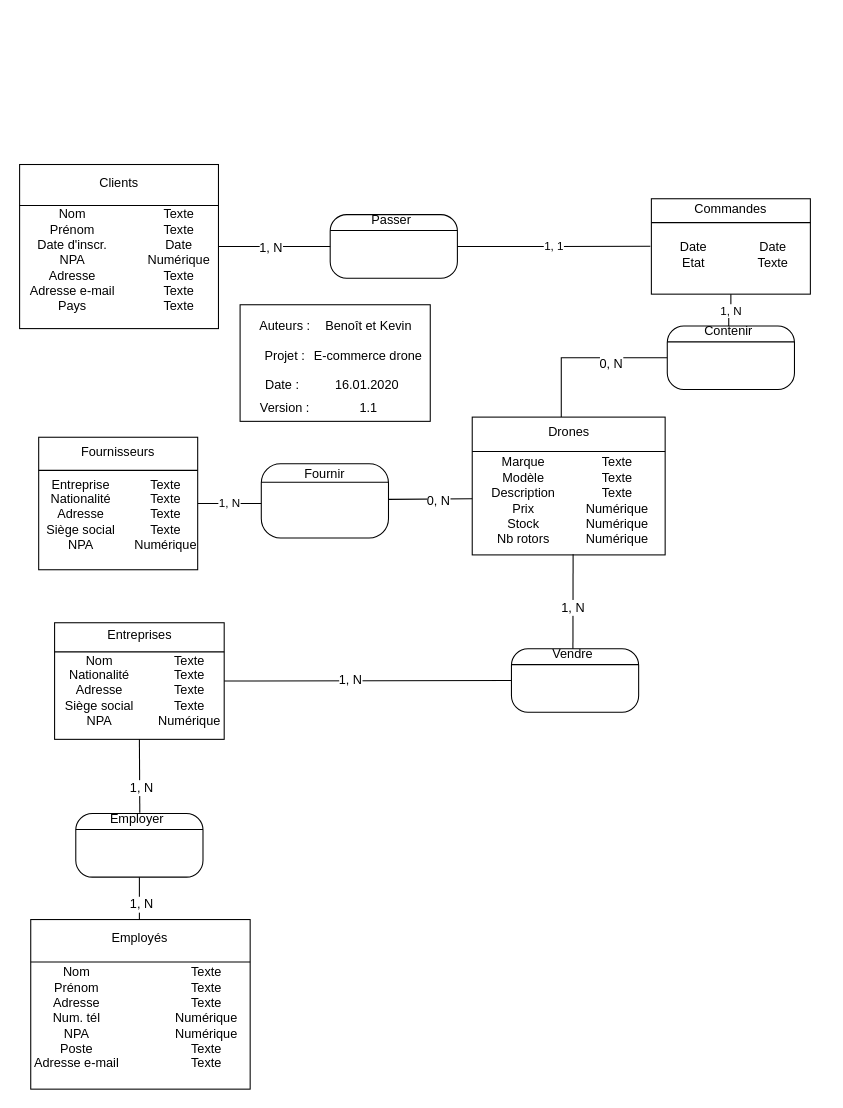
The draw.io diagram DRNRCE/MCD_Drone.drawio in BPTdev/MA-08_Drone, before the edit. Source tidied: cells renumbered, new cells numbered last; positions are measured from the earlier drawing's top-left corner, leaving out a move shared by most shapes. Both pictures are drawn from the tidied source at 106%, with x=0, y=0 at pixel (18, 18).
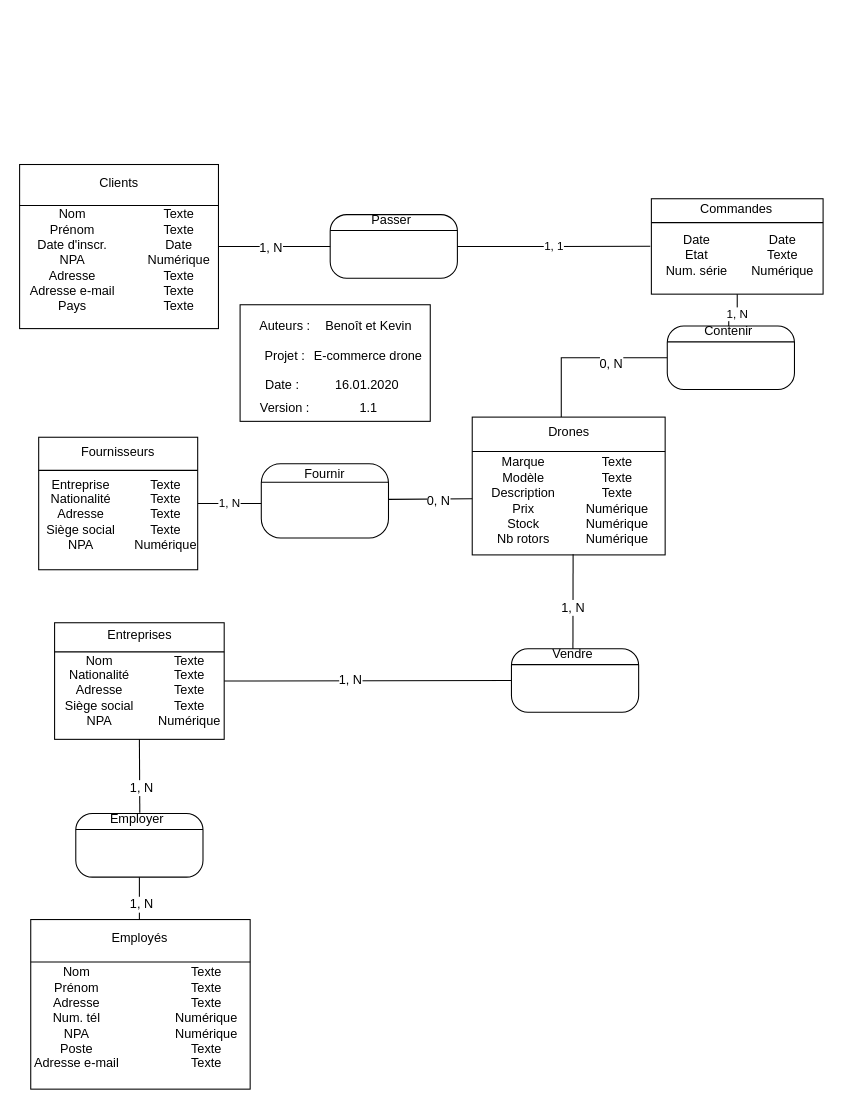
Above is the later version.

Change to the diagram source:
```diff
@@
     <mxCell id="42" style="group;" parent="1" vertex="1">
-      <mxGeometry x="597" y="170" width="150" height="90" as="geometry" />
+      <mxGeometry x="597" y="170" width="162" height="90" as="geometry" />
     </mxCell>
     <mxCell id="43" style="group;" parent="42" vertex="1">
-      <mxGeometry width="150" height="90" as="geometry" />
+      <mxGeometry width="162" height="90" as="geometry" />
     </mxCell>
     <mxCell id="44" style="group;" parent="43" vertex="1">
-      <mxGeometry width="150" height="90" as="geometry" />
+      <mxGeometry width="162" height="90" as="geometry" />
     </mxCell>
     <mxCell id="45" style="rounded=0;whiteSpace=wrap;html=1;" parent="44" vertex="1">
-      <mxGeometry width="150" height="90" as="geometry" />
+      <mxGeometry width="162" height="90" as="geometry" />
     </mxCell>
     <mxCell id="46" style="group;" parent="44" vertex="1">
-      <mxGeometry width="140" height="85" as="geometry" />
+      <mxGeometry width="151.2" height="85" as="geometry" />
     </mxCell>
@@
     <mxCell id="48" value="Commandes" style="text;html=1;strokeColor=none;fillColor=none;align=center;verticalAlign=middle;whiteSpace=wrap;rounded=0;" parent="46" vertex="1">
-      <mxGeometry x="55" width="40" height="20" as="geometry" />
+      <mxGeometry x="59.4" width="43.2" height="20" as="geometry" />
     </mxCell>
-    <mxCell id="49" value="Date&lt;br&gt;Etat" style="text;html=1;strokeColor=none;fillColor=none;align=center;verticalAlign=middle;whiteSpace=wrap;rounded=0;" parent="46" vertex="1">
-      <mxGeometry y="20" width="80" height="65" as="geometry" />
+    <mxCell id="49" value="Date&lt;br&gt;Etat&lt;br&gt;Num. série" style="text;html=1;strokeColor=none;fillColor=none;align=center;verticalAlign=middle;whiteSpace=wrap;rounded=0;" parent="46" vertex="1">
+      <mxGeometry y="20" width="86.4" height="65" as="geometry" />
     </mxCell>
-    <mxCell id="50" value="Date&lt;br&gt;Texte" style="text;html=1;strokeColor=none;fillColor=none;align=center;verticalAlign=middle;whiteSpace=wrap;rounded=0;" parent="46" vertex="1">
-      <mxGeometry x="90" y="25" width="50" height="55" as="geometry" />
+    <mxCell id="50" value="Date&lt;br&gt;Texte&lt;br&gt;Numérique" style="text;html=1;strokeColor=none;fillColor=none;align=center;verticalAlign=middle;whiteSpace=wrap;rounded=0;" parent="46" vertex="1">
+      <mxGeometry x="97.2" y="25" width="54" height="55" as="geometry" />
     </mxCell>
```
